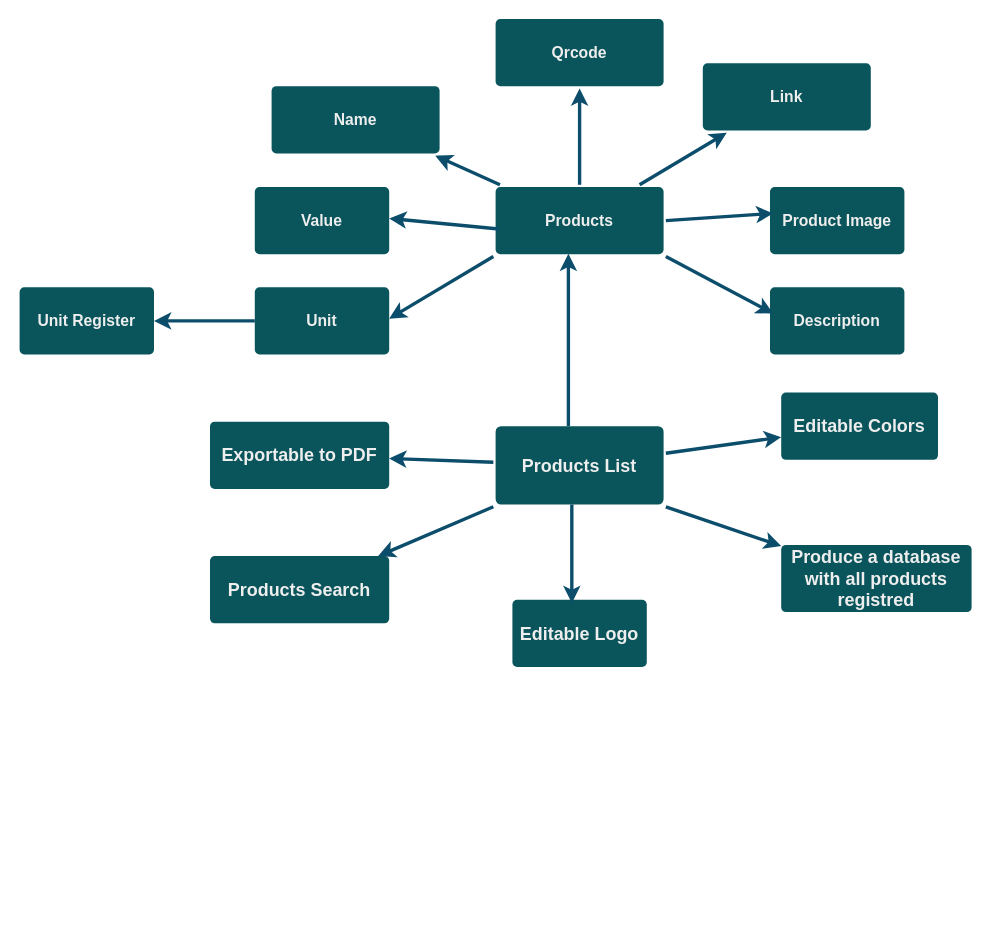
The draw.io diagram mind-map.drawio in JoaoDiasDev/joaodiasdev-list-genius, before the edit. Source tidied: cells renumbered, new cells numbered last; positions are measured from the earlier drawing's top-left corner, leaving out a move shared by most shapes. Both pictures are drawn from the tidied source at 112%, with x=0, y=0 at pixel (19, 18).
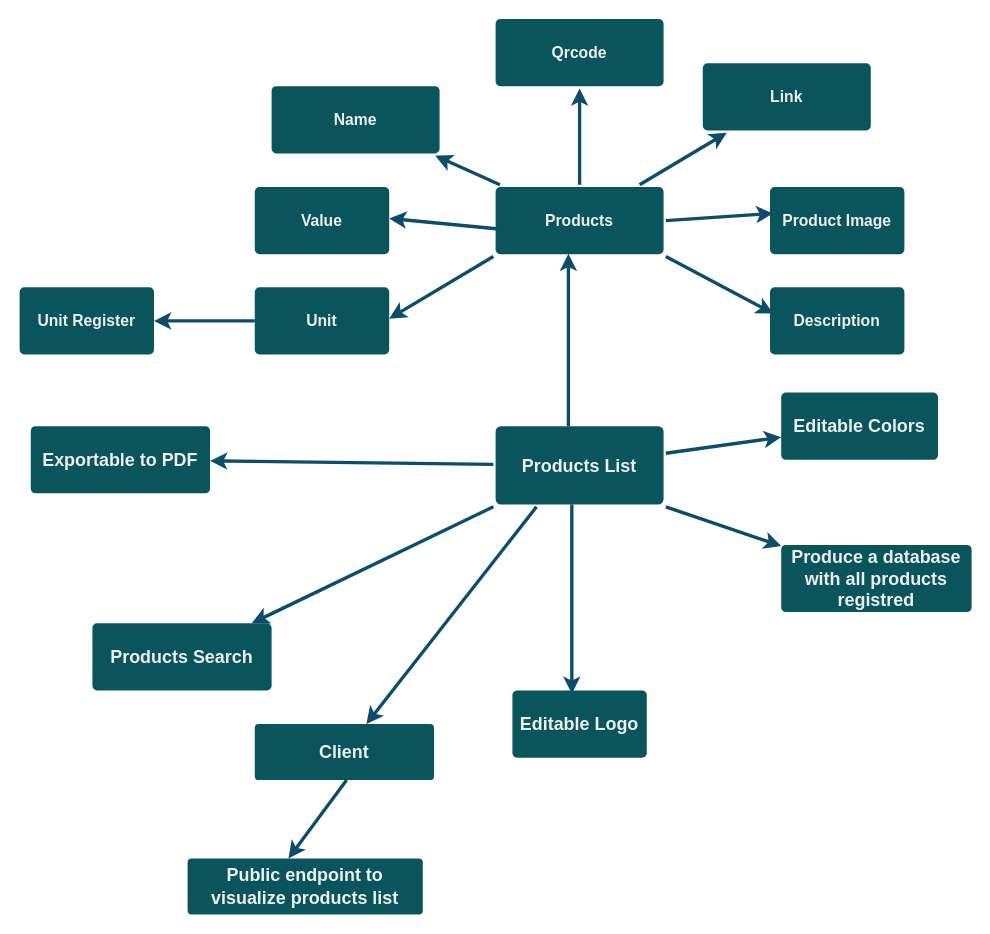
The same diagram, later.

The change refers to these unchanged cells:
```xml
<mxCell id="3" value="Products List" style="rounded=1;whiteSpace=wrap;html=1;shadow=0;labelBackgroundColor=none;strokeColor=none;strokeWidth=3;fillColor=#09555B;fontFamily=Helvetica;fontSize=16;fontColor=#EEEEEE;align=center;fontStyle=1;spacing=5;arcSize=7;perimeterSpacing=2;" parent="1" vertex="1">
  <mxGeometry x="425" y="364" width="150" height="70" as="geometry" />
</mxCell>
```

Diff of the diagram source:
```diff
@@
     <mxCell id="17" value="Exportable to PDF" style="whiteSpace=wrap;html=1;fontSize=16;fillColor=#09555B;strokeColor=none;fontColor=#EEEEEE;rounded=1;shadow=0;labelBackgroundColor=none;strokeWidth=3;fontStyle=1;spacing=5;arcSize=7;" parent="1" vertex="1">
-      <mxGeometry x="170" y="360" width="160" height="60" as="geometry" />
+      <mxGeometry x="10" y="364" width="160" height="60" as="geometry" />
     </mxCell>
     <mxCell id="18" value="Editable Logo" style="whiteSpace=wrap;html=1;fontSize=16;fillColor=#09555B;strokeColor=none;fontColor=#EEEEEE;rounded=1;shadow=0;labelBackgroundColor=none;strokeWidth=3;fontStyle=1;spacing=5;arcSize=7;" parent="1" vertex="1">
-      <mxGeometry x="440" y="519" width="120" height="60" as="geometry" />
+      <mxGeometry x="440" y="600" width="120" height="60" as="geometry" />
     </mxCell>
@@
     <mxCell id="27" value="Products Search" style="whiteSpace=wrap;html=1;fontSize=16;fillColor=#09555B;strokeColor=none;fontColor=#EEEEEE;rounded=1;shadow=0;labelBackgroundColor=none;strokeWidth=3;fontStyle=1;spacing=5;arcSize=7;" parent="1" vertex="1">
-      <mxGeometry x="170" y="480" width="160" height="60" as="geometry" />
+      <mxGeometry x="65" y="540" width="160" height="60" as="geometry" />
     </mxCell>
@@
+    <mxCell id="31" value="Client" style="whiteSpace=wrap;html=1;fontSize=16;fillColor=#09555B;strokeColor=none;fontColor=#EEEEEE;rounded=1;shadow=0;labelBackgroundColor=none;strokeWidth=3;fontStyle=1;spacing=5;arcSize=7;" parent="1" vertex="1">
+      <mxGeometry x="210" y="630" width="160" height="50" as="geometry" />
+    </mxCell>
+    <mxCell id="32" style="edgeStyle=none;rounded=0;jumpStyle=none;html=1;shadow=0;labelBackgroundColor=none;startArrow=none;startFill=0;endArrow=classic;endFill=1;jettySize=auto;strokeColor=#0B4D6A;strokeWidth=3;fontFamily=Helvetica;fontSize=14;fontColor=default;spacing=5;exitX=0.25;exitY=1;exitDx=0;exitDy=0;" parent="1" edge="1" source="3" target="31">
+      <mxGeometry relative="1" as="geometry" />
+    </mxCell>
+    <mxCell id="33" value="Public endpoint to visualize products list" style="whiteSpace=wrap;html=1;fontSize=16;fillColor=#09555B;strokeColor=none;fontColor=#EEEEEE;rounded=1;shadow=0;labelBackgroundColor=none;strokeWidth=3;fontStyle=1;spacing=5;arcSize=7;" parent="1" vertex="1">
+      <mxGeometry x="150" y="750" width="210" height="50" as="geometry" />
+    </mxCell>
+    <mxCell id="34" style="edgeStyle=none;rounded=0;jumpStyle=none;html=1;shadow=0;labelBackgroundColor=none;startArrow=none;startFill=0;endArrow=classic;endFill=1;jettySize=auto;orthogonalLoop=1;strokeColor=#0B4D6A;strokeWidth=3;fontFamily=Helvetica;fontSize=14;fontColor=default;spacing=5;exitX=0.25;exitY=1;exitDx=0;exitDy=0;" parent="1" edge="1">
+      <mxGeometry relative="1" as="geometry">
+        <mxPoint x="292" y="680" as="sourcePoint" />
+        <mxPoint x="240" y="750" as="targetPoint" />
+      </mxGeometry>
+    </mxCell>
```
